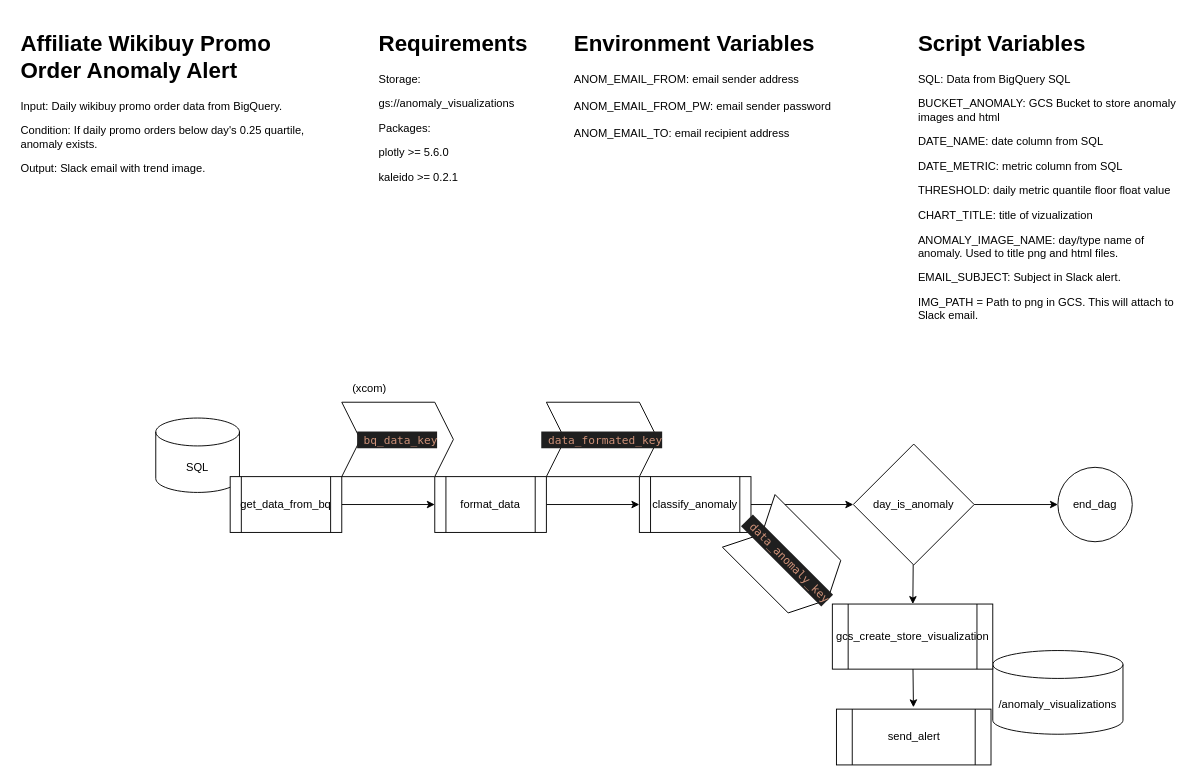
Before: src/traffic_anomaly/dags/single_metric.drawio in VanAltrades/data_engineer_api_pipeline, a draw.io diagram. Source tidied: cells renumbered, new cells numbered last; positions are measured from the earlier drawing's top-left corner, leaving out a move shared by most shapes. Both pictures are drawn from the tidied source at 93%, with x=0, y=0 at pixel (16, 25).
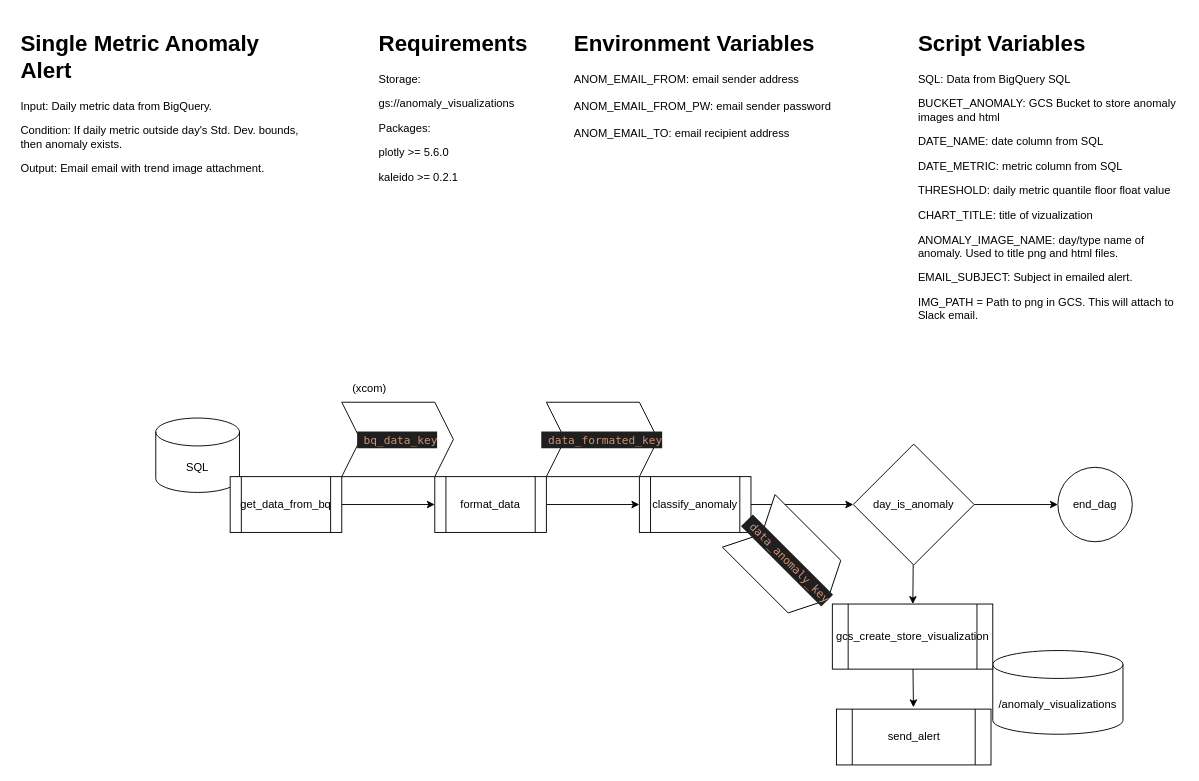
Above is the later version.

Commit message (it also covers changes not shown here):
new alert flows

What changed in the source:
```diff
@@
-    <mxCell id="3" value="&lt;h1&gt;Script Variables&lt;/h1&gt;&lt;p&gt;SQL: Data from BigQuery SQL&lt;/p&gt;&lt;p&gt;BUCKET_ANOMALY: GCS Bucket to store anomaly images and html&lt;/p&gt;&lt;p&gt;DATE_NAME: date column from SQL&lt;/p&gt;&lt;p&gt;DATE_METRIC: metric column from SQL&lt;/p&gt;&lt;p&gt;THRESHOLD: daily metric quantile floor float value&lt;/p&gt;&lt;p&gt;CHART_TITLE: title of vizualization&lt;/p&gt;&lt;p&gt;ANOMALY_IMAGE_NAME: day/type name of anomaly. Used to title png and html files.&lt;/p&gt;&lt;p&gt;EMAIL_SUBJECT: Subject in Slack alert.&lt;/p&gt;&lt;p&gt;IMG_PATH = Path to png in GCS. This will attach to Slack email.&lt;/p&gt;" style="text;html=1;strokeColor=none;fillColor=none;spacing=5;spacingTop=-20;whiteSpace=wrap;overflow=hidden;rounded=0;fontStyle=0;" parent="1" vertex="1">
+    <mxCell id="3" value="&lt;h1&gt;Script Variables&lt;/h1&gt;&lt;p&gt;SQL: Data from BigQuery SQL&lt;/p&gt;&lt;p&gt;BUCKET_ANOMALY: GCS Bucket to store anomaly images and html&lt;/p&gt;&lt;p&gt;DATE_NAME: date column from SQL&lt;/p&gt;&lt;p&gt;DATE_METRIC: metric column from SQL&lt;/p&gt;&lt;p&gt;THRESHOLD: daily metric quantile floor float value&lt;/p&gt;&lt;p&gt;CHART_TITLE: title of vizualization&lt;/p&gt;&lt;p&gt;ANOMALY_IMAGE_NAME: day/type name of anomaly. Used to title png and html files.&lt;/p&gt;&lt;p&gt;EMAIL_SUBJECT: Subject in emailed alert.&lt;/p&gt;&lt;p&gt;IMG_PATH = Path to png in GCS. This will attach to Slack email.&lt;/p&gt;" style="text;html=1;strokeColor=none;fillColor=none;spacing=5;spacingTop=-20;whiteSpace=wrap;overflow=hidden;rounded=0;fontStyle=0;" parent="1" vertex="1">
       <mxGeometry x="965" width="290" height="380" as="geometry" />
     </mxCell>
-    <mxCell id="4" value="&lt;h1&gt;Affiliate Wikibuy Promo Order Anomaly Alert&lt;/h1&gt;&lt;p&gt;Input: Daily wikibuy promo order data from BigQuery.&lt;/p&gt;&lt;p&gt;Condition: If daily promo orders below day's 0.25 quartile, anomaly exists.&lt;/p&gt;&lt;p&gt;Output: Slack email with trend image.&lt;/p&gt;" style="text;html=1;strokeColor=none;fillColor=none;spacing=5;spacingTop=-20;whiteSpace=wrap;overflow=hidden;rounded=0;" parent="1" vertex="1">
+    <mxCell id="4" value="&lt;h1&gt;Single Metric Anomaly Alert&lt;/h1&gt;&lt;p&gt;Input: Daily metric data from BigQuery.&lt;/p&gt;&lt;p&gt;Condition: If daily metric outside day's Std. Dev. bounds, then anomaly exists.&lt;/p&gt;&lt;p&gt;Output: Email email with trend image attachment.&lt;/p&gt;" style="text;html=1;strokeColor=none;fillColor=none;spacing=5;spacingTop=-20;whiteSpace=wrap;overflow=hidden;rounded=0;" parent="1" vertex="1">
       <mxGeometry width="315" height="180" as="geometry" />
     </mxCell>
```
